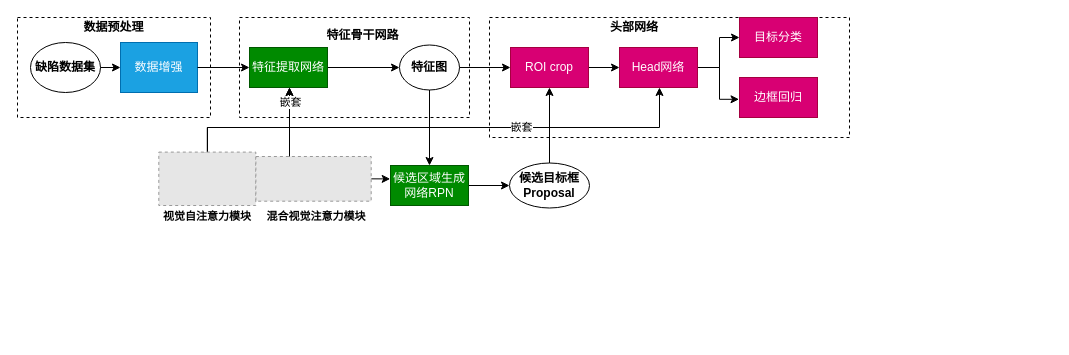
This is 基于注意力机制的塔杆本体缺陷检测.drawio from paleblackless/diagrams, a draw.io file, before an edit. Source tidied: cells renumbered, new cells numbered last; positions are measured from the earlier drawing's top-left corner, leaving out a move shared by most shapes. Both pictures are drawn from the tidied source at 100%, with x=0, y=0 at pixel (17, 17). Pictures stored in the file or linked from it are replaced by grey dashed boxes.
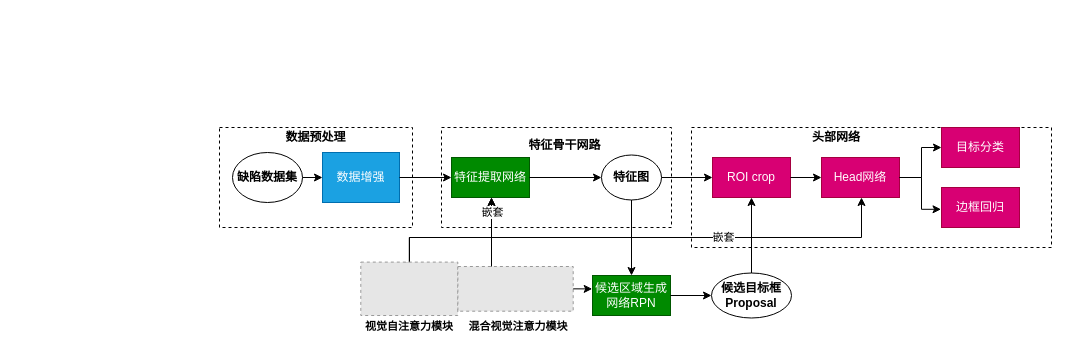
The same diagram, later.

Commit message:
更新基于注意力机制的塔杆本体缺陷检测.drawio

Unchanged cells that the change refers to:
```xml
<mxCell id="12" value="数据增强" style="rounded=0;whiteSpace=wrap;html=1;fillColor=#1ba1e2;fontColor=#ffffff;strokeColor=#006EAF;" parent="8" vertex="1">
  <mxGeometry x="103" y="25" width="77" height="50" as="geometry" />
</mxCell>
```

Diff of the diagram source:
```diff
@@
+    <mxCell id="39" style="group;" parent="1" vertex="1">
+      <mxGeometry x="202" y="110" width="832" height="210" as="geometry" />
+    </mxCell>
-    <mxCell id="2" style="rounded=0;whiteSpace=wrap;html=1;dashed=1;fillColor=none;" parent="1" vertex="1">
+    <mxCell id="2" style="rounded=0;whiteSpace=wrap;html=1;dashed=1;fillColor=none;" parent="39" vertex="1">
       <mxGeometry x="472" width="360" height="120" as="geometry" />
     </mxCell>
-    <mxCell id="3" style="rounded=0;whiteSpace=wrap;html=1;dashed=1;fillColor=none;" parent="1" vertex="1">
+    <mxCell id="3" style="rounded=0;whiteSpace=wrap;html=1;dashed=1;fillColor=none;" parent="39" vertex="1">
       <mxGeometry x="222" width="230" height="100" as="geometry" />
     </mxCell>
-    <mxCell id="4" style="edgeStyle=orthogonalEdgeStyle;rounded=0;jettySize=auto;html=1;exitX=0.449;exitY=0.008;exitDx=0;exitDy=0;exitPerimeter=0;" parent="1" edge="1" source="7">
+    <mxCell id="4" style="edgeStyle=orthogonalEdgeStyle;rounded=0;jettySize=auto;html=1;exitX=0.449;exitY=0.008;exitDx=0;exitDy=0;exitPerimeter=0;" parent="39" edge="1" source="7">
       <mxGeometry relative="1" as="geometry">
         <mxPoint x="272" y="70" as="targetPoint" />
         <Array as="points">
           <mxPoint x="190" y="135" />
           <mxPoint x="190" y="110" />
           <mxPoint x="272" y="110" />
         </Array>
       </mxGeometry>
     </mxCell>
-    <mxCell id="5" style="edgeStyle=orthogonalEdgeStyle;rounded=0;jettySize=auto;html=1;exitX=0.5;exitY=0;exitDx=0;exitDy=0;fontSize=11;" parent="1" edge="1" source="7">
+    <mxCell id="5" style="edgeStyle=orthogonalEdgeStyle;rounded=0;jettySize=auto;html=1;exitX=0.5;exitY=0;exitDx=0;exitDy=0;fontSize=11;" parent="39" edge="1" source="7">
       <mxGeometry relative="1" as="geometry">
         <mxPoint x="642" y="70" as="targetPoint" />
         <Array as="points">
           <mxPoint x="190" y="110" />
           <mxPoint x="642" y="110" />
           <mxPoint x="642" y="70" />
         </Array>
       </mxGeometry>
     </mxCell>
@@
-    <mxCell id="7" style="fillColor=#E6E6E6;strokeColor=#999999;dashed=1;verticalLabelPosition=bottom;labelBackgroundColor=default;verticalAlign=top;" parent="1" vertex="1">
+    <mxCell id="7" style="fillColor=#E6E6E6;strokeColor=#999999;dashed=1;verticalLabelPosition=bottom;labelBackgroundColor=default;verticalAlign=top;" parent="39" vertex="1">
       <mxGeometry x="141.3" y="134.6" width="97" height="53.4" as="geometry" />
     </mxCell>
-    <mxCell id="8" style="group;" parent="1" vertex="1">
+    <mxCell id="8" style="group;" parent="39" vertex="1">
       <mxGeometry width="193" height="100" as="geometry" />
     </mxCell>
@@
-    <mxCell id="14" style="edgeStyle=orthogonalEdgeStyle;rounded=0;jettySize=auto;html=1;exitX=1;exitY=0.5;exitDx=0;exitDy=0;entryX=0;entryY=0.5;entryDx=0;entryDy=0;" parent="1" edge="1" source="12" target="17">
+    <mxCell id="14" style="edgeStyle=orthogonalEdgeStyle;rounded=0;jettySize=auto;html=1;exitX=1;exitY=0.5;exitDx=0;exitDy=0;entryX=0;entryY=0.5;entryDx=0;entryDy=0;" parent="39" edge="1" source="12" target="17">
       <mxGeometry relative="1" as="geometry" />
     </mxCell>
-    <mxCell id="15" value="&lt;b&gt;特征骨干网路&lt;/b&gt;" style="text;html=1;strokeColor=none;fillColor=none;align=center;verticalAlign=middle;whiteSpace=wrap;rounded=0;dashed=1;" parent="1" vertex="1">
+    <mxCell id="15" value="&lt;b&gt;特征骨干网路&lt;/b&gt;" style="text;html=1;strokeColor=none;fillColor=none;align=center;verticalAlign=middle;whiteSpace=wrap;rounded=0;dashed=1;" parent="39" vertex="1">
       <mxGeometry x="301" y="7.5" width="88.6" height="20" as="geometry" />
     </mxCell>
+    <mxCell id="17" value="特征提取网络" style="rounded=0;whiteSpace=wrap;html=1;fillColor=#008a00;fontColor=#ffffff;strokeColor=#005700;" parent="39" vertex="1">
+      <mxGeometry x="232" y="30" width="78" height="40" as="geometry" />
+    </mxCell>
+    <mxCell id="20" value="&lt;b&gt;特征图&lt;/b&gt;" style="ellipse;whiteSpace=wrap;html=1;fillColor=none;" parent="39" vertex="1">
+      <mxGeometry x="382" y="27.5" width="60" height="45" as="geometry" />
+    </mxCell>
-    <mxCell id="16" style="edgeStyle=orthogonalEdgeStyle;rounded=0;jettySize=auto;html=1;exitX=1;exitY=0.5;exitDx=0;exitDy=0;" parent="1" edge="1" source="17" target="20">
+    <mxCell id="16" style="edgeStyle=orthogonalEdgeStyle;rounded=0;jettySize=auto;html=1;exitX=1;exitY=0.5;exitDx=0;exitDy=0;" parent="39" edge="1" source="17" target="20">
       <mxGeometry relative="1" as="geometry" />
     </mxCell>
-    <mxCell id="17" value="特征提取网络" style="rounded=0;whiteSpace=wrap;html=1;fillColor=#008a00;fontColor=#ffffff;strokeColor=#005700;" parent="1" vertex="1">
-      <mxGeometry x="232" y="30" width="78" height="40" as="geometry" />
-    </mxCell>
-    <mxCell id="18" style="edgeStyle=orthogonalEdgeStyle;rounded=0;jettySize=auto;html=1;exitX=0.5;exitY=1;exitDx=0;exitDy=0;fontSize=11;" parent="1" edge="1" source="20" target="28">
-      <mxGeometry relative="1" as="geometry" />
-    </mxCell>
-    <mxCell id="19" style="edgeStyle=orthogonalEdgeStyle;rounded=0;jettySize=auto;html=1;exitX=1;exitY=0.5;exitDx=0;exitDy=0;entryX=0;entryY=0.5;entryDx=0;entryDy=0;fontSize=11;" parent="1" edge="1" source="20" target="32">
-      <mxGeometry relative="1" as="geometry" />
-    </mxCell>
-    <mxCell id="20" value="&lt;b&gt;特征图&lt;/b&gt;" style="ellipse;whiteSpace=wrap;html=1;fillColor=none;" parent="1" vertex="1">
-      <mxGeometry x="382" y="27.5" width="60" height="45" as="geometry" />
-    </mxCell>
-    <mxCell id="21" style="edgeStyle=orthogonalEdgeStyle;rounded=0;orthogonalLoop=1;jettySize=auto;html=1;exitX=0.5;exitY=0;exitDx=0;exitDy=0;" parent="1" edge="1">
+    <mxCell id="21" style="edgeStyle=orthogonalEdgeStyle;rounded=0;orthogonalLoop=1;jettySize=auto;html=1;exitX=0.5;exitY=0;exitDx=0;exitDy=0;" parent="39" edge="1">
       <mxGeometry relative="1" as="geometry">
         <mxPoint x="307" y="140" as="sourcePoint" />
         <mxPoint x="272" y="70" as="targetPoint" />
         <Array as="points">
           <mxPoint x="272" y="140" />
         </Array>
       </mxGeometry>
     </mxCell>
@@
-    <mxCell id="23" value="&lt;font style=&quot;font-size: 11px;&quot;&gt;&lt;b&gt;视觉自注意力模块&lt;/b&gt;&lt;/font&gt;" style="text;html=1;strokeColor=none;fillColor=none;align=center;verticalAlign=middle;whiteSpace=wrap;rounded=0;" parent="1" vertex="1">
+    <mxCell id="23" value="&lt;font style=&quot;font-size: 11px;&quot;&gt;&lt;b&gt;视觉自注意力模块&lt;/b&gt;&lt;/font&gt;" style="text;html=1;strokeColor=none;fillColor=none;align=center;verticalAlign=middle;whiteSpace=wrap;rounded=0;" parent="39" vertex="1">
       <mxGeometry x="124.8" y="188" width="130" height="22" as="geometry" />
     </mxCell>
-    <mxCell id="24" style="edgeStyle=orthogonalEdgeStyle;rounded=0;jettySize=auto;html=1;exitX=1;exitY=0.5;exitDx=0;exitDy=0;entryX=-0.004;entryY=0.344;entryDx=0;entryDy=0;entryPerimeter=0;fontSize=11;" parent="1" edge="1" source="25" target="28">
-      <mxGeometry relative="1" as="geometry" />
-    </mxCell>
-    <mxCell id="25" style="fillColor=#E6E6E6;strokeColor=#999999;dashed=1;verticalLabelPosition=bottom;labelBackgroundColor=default;verticalAlign=top;" parent="1" vertex="1">
+    <mxCell id="25" style="fillColor=#E6E6E6;strokeColor=#999999;dashed=1;verticalLabelPosition=bottom;labelBackgroundColor=default;verticalAlign=top;" parent="39" vertex="1">
       <mxGeometry x="238.4" y="139" width="115.3" height="44.7" as="geometry" />
     </mxCell>
-    <mxCell id="26" value="&lt;font style=&quot;font-size: 11px;&quot;&gt;&lt;b&gt;混合视觉注意力模块&lt;/b&gt;&lt;/font&gt;" style="text;html=1;strokeColor=none;fillColor=none;align=center;verticalAlign=middle;whiteSpace=wrap;rounded=0;" parent="1" vertex="1">
+    <mxCell id="26" value="&lt;font style=&quot;font-size: 11px;&quot;&gt;&lt;b&gt;混合视觉注意力模块&lt;/b&gt;&lt;/font&gt;" style="text;html=1;strokeColor=none;fillColor=none;align=center;verticalAlign=middle;whiteSpace=wrap;rounded=0;" parent="39" vertex="1">
       <mxGeometry x="243.6" y="188" width="110" height="22" as="geometry" />
     </mxCell>
+    <mxCell id="28" value="候选区域生成网络RPN" style="rounded=0;whiteSpace=wrap;html=1;fillColor=#008a00;fontColor=#ffffff;strokeColor=#005700;" parent="39" vertex="1">
+      <mxGeometry x="373" y="148" width="78" height="40" as="geometry" />
+    </mxCell>
+    <mxCell id="18" style="edgeStyle=orthogonalEdgeStyle;rounded=0;jettySize=auto;html=1;exitX=0.5;exitY=1;exitDx=0;exitDy=0;fontSize=11;" parent="39" edge="1" source="20" target="28">
+      <mxGeometry relative="1" as="geometry" />
+    </mxCell>
+    <mxCell id="24" style="edgeStyle=orthogonalEdgeStyle;rounded=0;jettySize=auto;html=1;exitX=1;exitY=0.5;exitDx=0;exitDy=0;entryX=-0.004;entryY=0.344;entryDx=0;entryDy=0;entryPerimeter=0;fontSize=11;" parent="39" edge="1" source="25" target="28">
+      <mxGeometry relative="1" as="geometry" />
+    </mxCell>
+    <mxCell id="30" value="&lt;b&gt;候选目标框Proposal&lt;/b&gt;" style="ellipse;whiteSpace=wrap;html=1;fillColor=none;" parent="39" vertex="1">
+      <mxGeometry x="492" y="145.5" width="80" height="45" as="geometry" />
+    </mxCell>
-    <mxCell id="27" style="edgeStyle=orthogonalEdgeStyle;rounded=0;jettySize=auto;html=1;entryX=0;entryY=0.5;entryDx=0;entryDy=0;fontSize=11;" parent="1" edge="1" source="28" target="30">
+    <mxCell id="27" style="edgeStyle=orthogonalEdgeStyle;rounded=0;jettySize=auto;html=1;entryX=0;entryY=0.5;entryDx=0;entryDy=0;fontSize=11;" parent="39" edge="1" source="28" target="30">
       <mxGeometry relative="1" as="geometry" />
     </mxCell>
-    <mxCell id="28" value="候选区域生成网络RPN" style="rounded=0;whiteSpace=wrap;html=1;fillColor=#008a00;fontColor=#ffffff;strokeColor=#005700;" parent="1" vertex="1">
-      <mxGeometry x="373" y="148" width="78" height="40" as="geometry" />
-    </mxCell>
+    <mxCell id="32" value="ROI crop" style="rounded=0;whiteSpace=wrap;html=1;fillColor=#d80073;strokeColor=#A50040;fontColor=#ffffff;" parent="39" vertex="1">
+      <mxGeometry x="493" y="30" width="78" height="40" as="geometry" />
+    </mxCell>
+    <mxCell id="19" style="edgeStyle=orthogonalEdgeStyle;rounded=0;jettySize=auto;html=1;exitX=1;exitY=0.5;exitDx=0;exitDy=0;entryX=0;entryY=0.5;entryDx=0;entryDy=0;fontSize=11;" parent="39" edge="1" source="20" target="32">
+      <mxGeometry relative="1" as="geometry" />
+    </mxCell>
-    <mxCell id="29" style="edgeStyle=orthogonalEdgeStyle;rounded=0;jettySize=auto;html=1;exitX=0.5;exitY=0;exitDx=0;exitDy=0;entryX=0.5;entryY=1;entryDx=0;entryDy=0;fontSize=11;" parent="1" edge="1" source="30" target="32">
+    <mxCell id="29" style="edgeStyle=orthogonalEdgeStyle;rounded=0;jettySize=auto;html=1;exitX=0.5;exitY=0;exitDx=0;exitDy=0;entryX=0.5;entryY=1;entryDx=0;entryDy=0;fontSize=11;" parent="39" edge="1" source="30" target="32">
       <mxGeometry relative="1" as="geometry" />
     </mxCell>
-    <mxCell id="30" value="&lt;b&gt;候选目标框Proposal&lt;/b&gt;" style="ellipse;whiteSpace=wrap;html=1;fillColor=none;" parent="1" vertex="1">
-      <mxGeometry x="492" y="145.5" width="80" height="45" as="geometry" />
-    </mxCell>
+    <mxCell id="35" value="Head网络" style="rounded=0;whiteSpace=wrap;html=1;fillColor=#d80073;strokeColor=#A50040;fontColor=#ffffff;" parent="39" vertex="1">
+      <mxGeometry x="602" y="30" width="78" height="40" as="geometry" />
+    </mxCell>
-    <mxCell id="31" style="edgeStyle=orthogonalEdgeStyle;rounded=0;jettySize=auto;html=1;entryX=0;entryY=0.5;entryDx=0;entryDy=0;fontSize=11;" parent="1" edge="1" source="32" target="35">
+    <mxCell id="31" style="edgeStyle=orthogonalEdgeStyle;rounded=0;jettySize=auto;html=1;entryX=0;entryY=0.5;entryDx=0;entryDy=0;fontSize=11;" parent="39" edge="1" source="32" target="35">
       <mxGeometry relative="1" as="geometry" />
     </mxCell>
-    <mxCell id="32" value="ROI crop" style="rounded=0;whiteSpace=wrap;html=1;fillColor=#d80073;strokeColor=#A50040;fontColor=#ffffff;" parent="1" vertex="1">
-      <mxGeometry x="493" y="30" width="78" height="40" as="geometry" />
-    </mxCell>
+    <mxCell id="36" value="目标分类" style="rounded=0;whiteSpace=wrap;html=1;fillColor=#d80073;strokeColor=#A50040;fontColor=#ffffff;" parent="39" vertex="1">
+      <mxGeometry x="722" width="78" height="40" as="geometry" />
+    </mxCell>
-    <mxCell id="33" style="edgeStyle=orthogonalEdgeStyle;rounded=0;jettySize=auto;html=1;exitX=1;exitY=0.5;exitDx=0;exitDy=0;entryX=0;entryY=0.5;entryDx=0;entryDy=0;fontSize=11;" parent="1" edge="1" source="35" target="36">
+    <mxCell id="33" style="edgeStyle=orthogonalEdgeStyle;rounded=0;jettySize=auto;html=1;exitX=1;exitY=0.5;exitDx=0;exitDy=0;entryX=0;entryY=0.5;entryDx=0;entryDy=0;fontSize=11;" parent="39" edge="1" source="35" target="36">
       <mxGeometry relative="1" as="geometry">
         <Array as="points">
           <mxPoint x="702" y="50" />
           <mxPoint x="702" y="20" />
         </Array>
       </mxGeometry>
     </mxCell>
+    <mxCell id="37" value="边框回归" style="rounded=0;whiteSpace=wrap;html=1;fillColor=#d80073;strokeColor=#A50040;fontColor=#ffffff;" parent="39" vertex="1">
+      <mxGeometry x="722" y="60" width="78" height="40" as="geometry" />
+    </mxCell>
-    <mxCell id="34" style="edgeStyle=orthogonalEdgeStyle;rounded=0;jettySize=auto;html=1;exitX=1;exitY=0.5;exitDx=0;exitDy=0;entryX=-0.006;entryY=0.545;entryDx=0;entryDy=0;entryPerimeter=0;fontSize=11;" parent="1" edge="1" source="35" target="37">
+    <mxCell id="34" style="edgeStyle=orthogonalEdgeStyle;rounded=0;jettySize=auto;html=1;exitX=1;exitY=0.5;exitDx=0;exitDy=0;entryX=-0.006;entryY=0.545;entryDx=0;entryDy=0;entryPerimeter=0;fontSize=11;" parent="39" edge="1" source="35" target="37">
       <mxGeometry relative="1" as="geometry">
         <Array as="points">
           <mxPoint x="702" y="50" />
           <mxPoint x="702" y="82" />
           <mxPoint x="721" y="82" />
         </Array>
       </mxGeometry>
     </mxCell>
-    <mxCell id="35" value="Head网络" style="rounded=0;whiteSpace=wrap;html=1;fillColor=#d80073;strokeColor=#A50040;fontColor=#ffffff;" parent="1" vertex="1">
-      <mxGeometry x="602" y="30" width="78" height="40" as="geometry" />
-    </mxCell>
-    <mxCell id="36" value="目标分类" style="rounded=0;whiteSpace=wrap;html=1;fillColor=#d80073;strokeColor=#A50040;fontColor=#ffffff;" parent="1" vertex="1">
-      <mxGeometry x="722" width="78" height="40" as="geometry" />
-    </mxCell>
-    <mxCell id="37" value="边框回归" style="rounded=0;whiteSpace=wrap;html=1;fillColor=#d80073;strokeColor=#A50040;fontColor=#ffffff;" parent="1" vertex="1">
-      <mxGeometry x="722" y="60" width="78" height="40" as="geometry" />
-    </mxCell>
-    <mxCell id="38" value="&lt;b&gt;头部网络&lt;/b&gt;" style="text;html=1;strokeColor=none;fillColor=none;align=center;verticalAlign=middle;whiteSpace=wrap;rounded=0;dashed=1;" parent="1" vertex="1">
+    <mxCell id="38" value="&lt;b&gt;头部网络&lt;/b&gt;" style="text;html=1;strokeColor=none;fillColor=none;align=center;verticalAlign=middle;whiteSpace=wrap;rounded=0;dashed=1;" parent="39" vertex="1">
       <mxGeometry x="582" width="70.2" height="20" as="geometry" />
     </mxCell>
```
